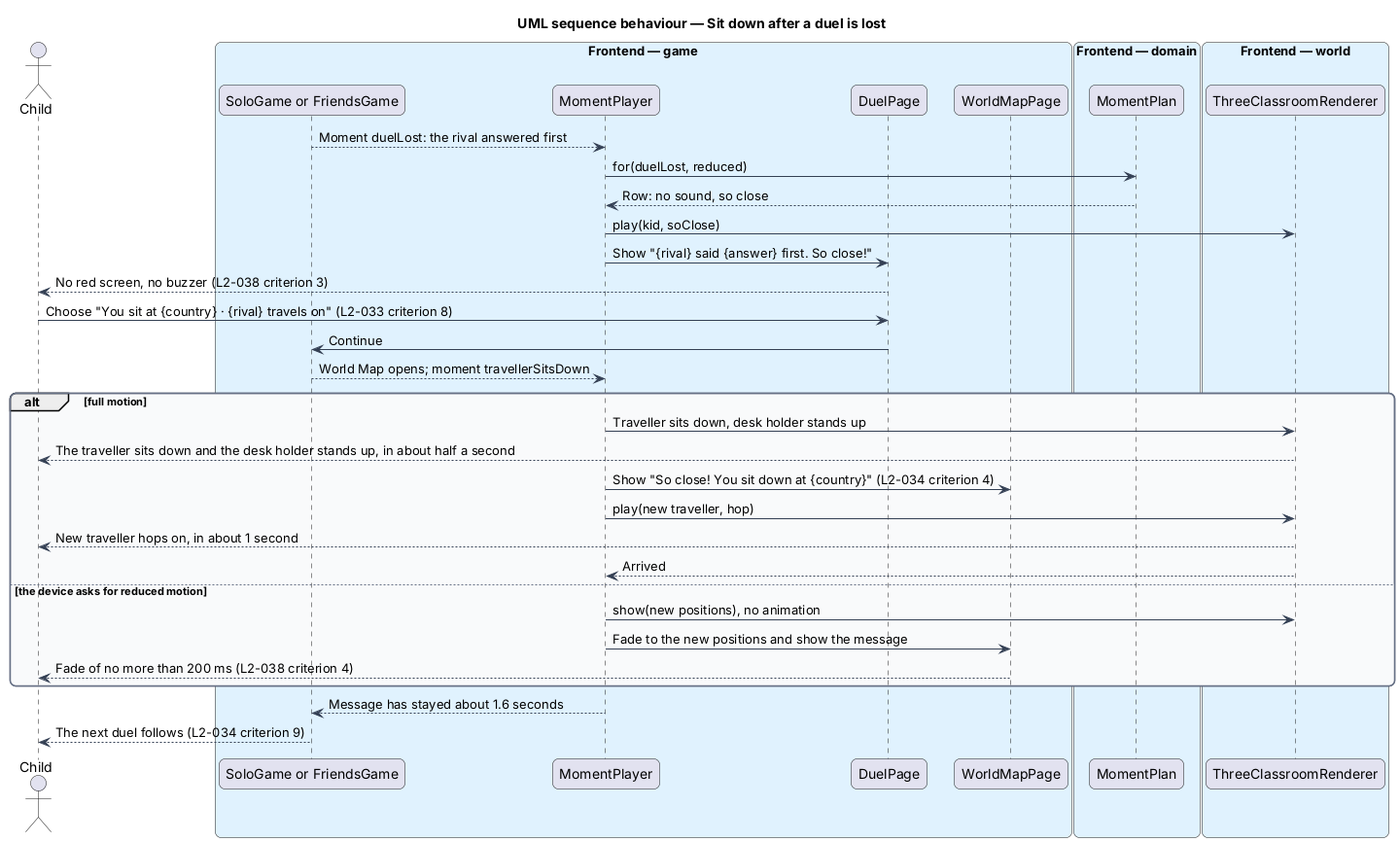
The PlantUML diagram docs/detailed-designs/classroom/play-motion-and-sound/diagrams/sequence-sit-down.png in QuinntyneBrown/around-the-world, before a commit. Its source is kept beside it as docs/detailed-designs/classroom/play-motion-and-sound/diagrams/sequence-sit-down.puml.
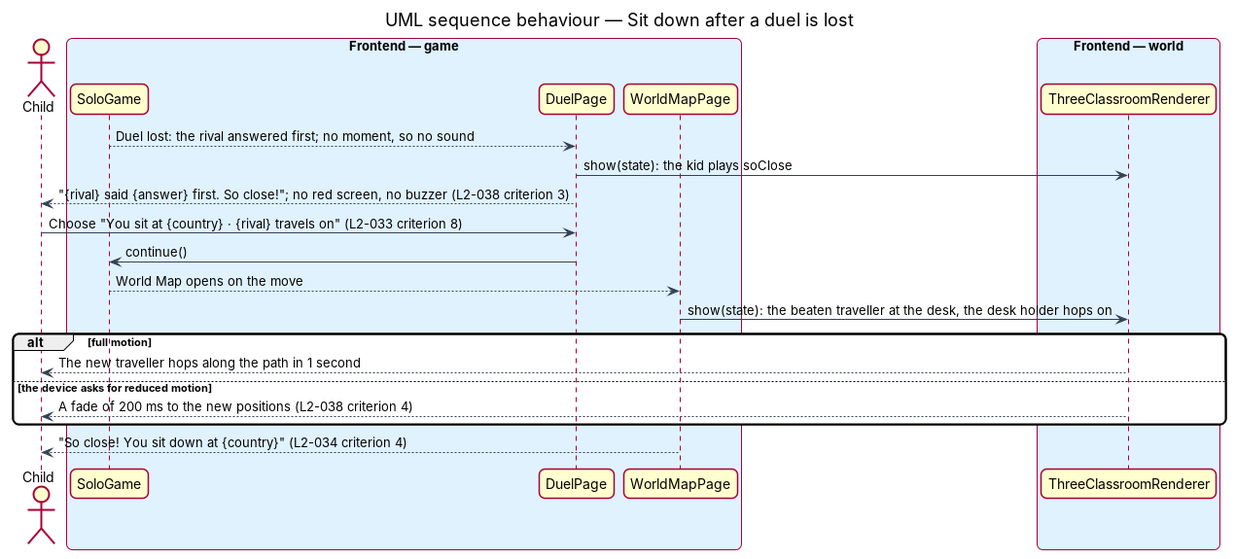
Later version of the same file.

The edit, as a diff of the source:
```diff
@@ -16,38 +16,24 @@
 }
 actor "Child" as actor
 box "Frontend — game" #E0F2FE
-  participant "SoloGame or FriendsGame" as session
-  participant "MomentPlayer" as player
+  participant "SoloGame" as session
   participant "DuelPage" as duel
   participant "WorldMapPage" as map
-end box
-box "Frontend — domain" #E0F2FE
-  participant "MomentPlan" as plan
 end box
 box "Frontend — world" #E0F2FE
   participant "ThreeClassroomRenderer" as renderer
 end box
-session --> player : Moment duelLost: the rival answered first
-player -> plan : for(duelLost, reduced)
-plan --> player : Row: no sound, so close
-player -> renderer : play(kid, soClose)
-player -> duel : Show "{rival} said {answer} first. So close!"
-duel --> actor : No red screen, no buzzer (L2-038 criterion 3)
+session --> duel : Duel lost: the rival answered first; no moment, so no sound
+duel -> renderer : show(state): the kid plays soClose
+duel --> actor : "{rival} said {answer} first. So close!"; no red screen, no buzzer (L2-038 criterion 3)
 actor -> duel : Choose "You sit at {country} · {rival} travels on" (L2-033 criterion 8)
-duel -> session : Continue
-session --> player : World Map opens; moment travellerSitsDown
+duel -> session : continue()
+session --> map : World Map opens on the move
+map -> renderer : show(state): the beaten traveller at the desk, the desk holder hops on
 alt full motion
-  player -> renderer : Traveller sits down, desk holder stands up
-  renderer --> actor : The traveller sits down and the desk holder stands up, in about half a second
-  player -> map : Show "So close! You sit down at {country}" (L2-034 criterion 4)
-  player -> renderer : play(new traveller, hop)
-  renderer --> actor : New traveller hops on, in about 1 second
-  renderer --> player : Arrived
+  renderer --> actor : The new traveller hops along the path in 1 second
 else the device asks for reduced motion
-  player -> renderer : show(new positions), no animation
-  player -> map : Fade to the new positions and show the message
-  map --> actor : Fade of no more than 200 ms (L2-038 criterion 4)
+  renderer --> actor : A fade of 200 ms to the new positions (L2-038 criterion 4)
 end
-player --> session : Message has stayed about 1.6 seconds
-session --> actor : The next duel follows (L2-034 criterion 9)
+map --> actor : "So close! You sit down at {country}" (L2-034 criterion 4)
 @enduml
```
